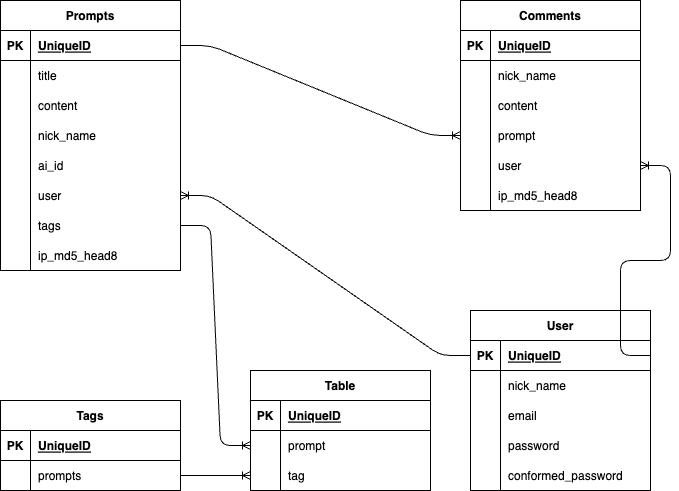
Above: data_base_setting.drawio.png in Takenoko463/prompter (draw.io), before the change. Source tidied: cells renumbered, new cells last; positions are measured from the earlier drawing's top-left corner, leaving out a move shared by most shapes.
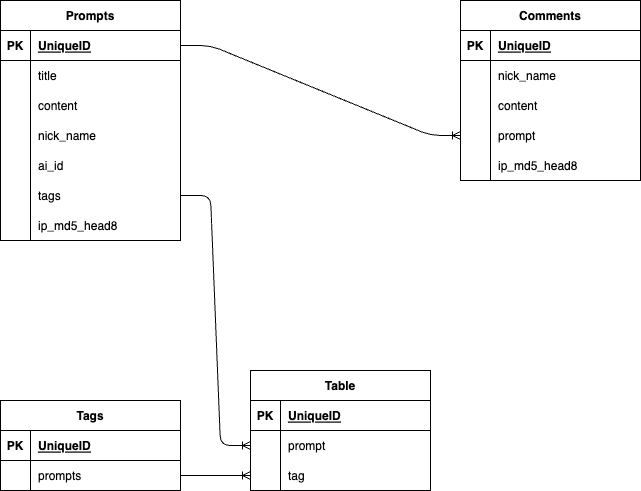
The same file after the commit.

Commit message:
データ設計をuser管理がない状態に修正

Diff of the diagram source:
```diff
@@ -3,7 +3,7 @@
     <mxCell id="0" />
     <mxCell id="1" parent="0" />
     <mxCell id="2" value="Prompts" style="shape=table;startSize=30;rowLines=0;fontStyle=1;align=center;" parent="1" vertex="1">
-      <mxGeometry width="180" height="270" as="geometry" />
+      <mxGeometry width="180" height="240" as="geometry" />
     </mxCell>
     <mxCell id="3" style="shape=tableRow;horizontal=0;startSize=0;swimlaneHead=0;swimlaneBody=0;fillColor=none;points=[[0,0.5],[1,0.5]];portConstraint=eastwest;top=0;left=0;right=0;bottom=1;" parent="2" vertex="1">
       <mxGeometry y="30" width="180" height="30" as="geometry" />
@@ -50,17 +50,8 @@
     <mxCell id="17" value="ai_id" style="shape=partialRectangle;fillColor=none;top=0;left=0;bottom=0;right=0;align=left;spacingLeft=6;overflow=hidden;" parent="15" vertex="1">
       <mxGeometry x="30" width="150" height="30" as="geometry" />
     </mxCell>
-    <mxCell id="18" style="shape=tableRow;horizontal=0;startSize=0;swimlaneHead=0;swimlaneBody=0;fillColor=none;points=[[0,0.5],[1,0.5]];portConstraint=eastwest;top=0;left=0;right=0;bottom=0;" parent="2" vertex="1">
-      <mxGeometry y="180" width="180" height="30" as="geometry" />
-    </mxCell>
-    <mxCell id="19" style="shape=partialRectangle;fillColor=none;top=0;left=0;bottom=0;right=0;overflow=hidden;" parent="18" vertex="1">
-      <mxGeometry width="30" height="30" as="geometry" />
-    </mxCell>
-    <mxCell id="20" value="user" style="shape=partialRectangle;fillColor=none;top=0;left=0;bottom=0;right=0;align=left;spacingLeft=6;overflow=hidden;" parent="18" vertex="1">
-      <mxGeometry x="30" width="150" height="30" as="geometry" />
-    </mxCell>
     <mxCell id="21" style="shape=tableRow;horizontal=0;startSize=0;swimlaneHead=0;swimlaneBody=0;fillColor=none;points=[[0,0.5],[1,0.5]];portConstraint=eastwest;top=0;left=0;right=0;bottom=0;" parent="2" vertex="1">
-      <mxGeometry y="210" width="180" height="30" as="geometry" />
+      <mxGeometry y="180" width="180" height="30" as="geometry" />
     </mxCell>
     <mxCell id="22" style="shape=partialRectangle;fillColor=none;top=0;left=0;bottom=0;right=0;overflow=hidden;" parent="21" vertex="1">
       <mxGeometry width="30" height="30" as="geometry" />
@@ -69,7 +60,7 @@
       <mxGeometry x="30" width="150" height="30" as="geometry" />
     </mxCell>
     <mxCell id="24" style="shape=tableRow;horizontal=0;startSize=0;swimlaneHead=0;swimlaneBody=0;fillColor=none;top=0;left=0;right=0;bottom=0;" parent="2" vertex="1">
-      <mxGeometry y="240" width="180" height="30" as="geometry" />
+      <mxGeometry y="210" width="180" height="30" as="geometry" />
     </mxCell>
     <mxCell id="25" style="shape=partialRectangle;fillColor=none;top=0;left=0;bottom=0;right=0;overflow=hidden;" parent="24" vertex="1">
       <mxGeometry width="30" height="30" as="geometry" />
@@ -78,7 +69,7 @@
       <mxGeometry x="30" width="150" height="30" as="geometry" />
     </mxCell>
     <mxCell id="27" value="Comments" style="shape=table;startSize=30;rowLines=0;fontStyle=1;align=center;" parent="1" vertex="1">
-      <mxGeometry x="460" width="180" height="210" as="geometry" />
+      <mxGeometry x="460" width="180" height="180" as="geometry" />
     </mxCell>
     <mxCell id="28" style="shape=tableRow;horizontal=0;startSize=0;swimlaneHead=0;swimlaneBody=0;fillColor=none;top=0;left=0;right=0;bottom=1;" parent="27" vertex="1">
       <mxGeometry y="30" width="180" height="30" as="geometry" />
@@ -116,17 +107,8 @@
     <mxCell id="39" value="prompt" style="shape=partialRectangle;fillColor=none;top=0;left=0;bottom=0;right=0;align=left;spacingLeft=6;overflow=hidden;" parent="37" vertex="1">
       <mxGeometry x="30" width="150" height="30" as="geometry" />
     </mxCell>
-    <mxCell id="40" style="shape=tableRow;horizontal=0;startSize=0;swimlaneHead=0;swimlaneBody=0;fillColor=none;points=[[0,0.5],[1,0.5]];portConstraint=eastwest;top=0;left=0;right=0;bottom=0;" parent="27" vertex="1">
-      <mxGeometry y="150" width="180" height="30" as="geometry" />
-    </mxCell>
-    <mxCell id="41" style="shape=partialRectangle;fillColor=none;top=0;left=0;bottom=0;right=0;overflow=hidden;" parent="40" vertex="1">
-      <mxGeometry width="30" height="30" as="geometry" />
-    </mxCell>
-    <mxCell id="42" value="user" style="shape=partialRectangle;fillColor=none;top=0;left=0;bottom=0;right=0;align=left;spacingLeft=6;overflow=hidden;" parent="40" vertex="1">
-      <mxGeometry x="30" width="150" height="30" as="geometry" />
-    </mxCell>
     <mxCell id="43" style="shape=tableRow;horizontal=0;startSize=0;swimlaneHead=0;swimlaneBody=0;fillColor=none;top=0;left=0;right=0;bottom=0;" parent="27" vertex="1">
-      <mxGeometry y="180" width="180" height="30" as="geometry" />
+      <mxGeometry y="150" width="180" height="30" as="geometry" />
     </mxCell>
     <mxCell id="44" style="shape=partialRectangle;fillColor=none;top=0;left=0;bottom=0;right=0;overflow=hidden;" parent="43" vertex="1">
       <mxGeometry width="30" height="30" as="geometry" />
@@ -194,59 +176,5 @@
     <mxCell id="65" style="edgeStyle=entityRelationEdgeStyle;fontSize=12;html=1;endArrow=ERoneToMany;entryX=0;entryY=0.5;entryDx=0;entryDy=0;" parent="1" edge="1" source="3" target="37">
       <mxGeometry relative="1" as="geometry" />
     </mxCell>
-    <mxCell id="66" value="User" style="shape=table;startSize=30;rowLines=0;fontStyle=1;align=center;" parent="1" vertex="1">
-      <mxGeometry x="470" y="310" width="180" height="180" as="geometry" />
-    </mxCell>
-    <mxCell id="67" style="shape=tableRow;horizontal=0;startSize=0;swimlaneHead=0;swimlaneBody=0;fillColor=none;points=[[0,0.5],[1,0.5]];portConstraint=eastwest;top=0;left=0;right=0;bottom=1;" parent="66" vertex="1">
-      <mxGeometry y="30" width="180" height="30" as="geometry" />
-    </mxCell>
-    <mxCell id="68" value="PK" style="shape=partialRectangle;fillColor=none;top=0;left=0;bottom=0;right=0;fontStyle=1;overflow=hidden;" parent="67" vertex="1">
-      <mxGeometry width="30" height="30" as="geometry" />
-    </mxCell>
-    <mxCell id="69" value="UniqueID" style="shape=partialRectangle;fillColor=none;top=0;left=0;bottom=0;right=0;align=left;spacingLeft=6;fontStyle=5;overflow=hidden;" parent="67" vertex="1">
-      <mxGeometry x="30" width="150" height="30" as="geometry" />
-    </mxCell>
-    <mxCell id="70" style="shape=tableRow;horizontal=0;startSize=0;swimlaneHead=0;swimlaneBody=0;fillColor=none;top=0;left=0;right=0;bottom=0;" parent="66" vertex="1">
-      <mxGeometry y="60" width="180" height="30" as="geometry" />
-    </mxCell>
-    <mxCell id="71" style="shape=partialRectangle;fillColor=none;top=0;left=0;bottom=0;right=0;overflow=hidden;" parent="70" vertex="1">
-      <mxGeometry width="30" height="30" as="geometry" />
-    </mxCell>
-    <mxCell id="72" value="nick_name" style="shape=partialRectangle;fillColor=none;top=0;left=0;bottom=0;right=0;align=left;spacingLeft=6;overflow=hidden;" parent="70" vertex="1">
-      <mxGeometry x="30" width="150" height="30" as="geometry" />
-    </mxCell>
-    <mxCell id="73" style="shape=tableRow;horizontal=0;startSize=0;swimlaneHead=0;swimlaneBody=0;fillColor=none;top=0;left=0;right=0;bottom=0;" parent="66" vertex="1">
-      <mxGeometry y="90" width="180" height="30" as="geometry" />
-    </mxCell>
-    <mxCell id="74" style="shape=partialRectangle;fillColor=none;top=0;left=0;bottom=0;right=0;overflow=hidden;" parent="73" vertex="1">
-      <mxGeometry width="30" height="30" as="geometry" />
-    </mxCell>
-    <mxCell id="75" value="email" style="shape=partialRectangle;fillColor=none;top=0;left=0;bottom=0;right=0;align=left;spacingLeft=6;overflow=hidden;" parent="73" vertex="1">
-      <mxGeometry x="30" width="150" height="30" as="geometry" />
-    </mxCell>
-    <mxCell id="76" style="shape=tableRow;horizontal=0;startSize=0;swimlaneHead=0;swimlaneBody=0;fillColor=none;top=0;left=0;right=0;bottom=0;" parent="66" vertex="1">
-      <mxGeometry y="120" width="180" height="30" as="geometry" />
-    </mxCell>
-    <mxCell id="77" style="shape=partialRectangle;fillColor=none;top=0;left=0;bottom=0;right=0;overflow=hidden;" parent="76" vertex="1">
-      <mxGeometry width="30" height="30" as="geometry" />
-    </mxCell>
-    <mxCell id="78" value="password" style="shape=partialRectangle;fillColor=none;top=0;left=0;bottom=0;right=0;align=left;spacingLeft=6;overflow=hidden;" parent="76" vertex="1">
-      <mxGeometry x="30" width="150" height="30" as="geometry" />
-    </mxCell>
-    <mxCell id="79" style="shape=tableRow;horizontal=0;startSize=0;swimlaneHead=0;swimlaneBody=0;fillColor=none;top=0;left=0;right=0;bottom=0;" parent="66" vertex="1">
-      <mxGeometry y="150" width="180" height="30" as="geometry" />
-    </mxCell>
-    <mxCell id="80" style="shape=partialRectangle;fillColor=none;top=0;left=0;bottom=0;right=0;overflow=hidden;" parent="79" vertex="1">
-      <mxGeometry width="30" height="30" as="geometry" />
-    </mxCell>
-    <mxCell id="81" value="conformed_password" style="shape=partialRectangle;fillColor=none;top=0;left=0;bottom=0;right=0;align=left;spacingLeft=6;overflow=hidden;" parent="79" vertex="1">
-      <mxGeometry x="30" width="150" height="30" as="geometry" />
-    </mxCell>
-    <mxCell id="82" style="edgeStyle=entityRelationEdgeStyle;fontSize=12;html=1;endArrow=ERoneToMany;" parent="1" edge="1" source="67" target="18">
-      <mxGeometry relative="1" as="geometry" />
-    </mxCell>
-    <mxCell id="83" style="edgeStyle=entityRelationEdgeStyle;fontSize=12;html=1;endArrow=ERoneToMany;exitX=1;exitY=0.5;exitDx=0;exitDy=0;" parent="1" edge="1" source="67" target="40">
-      <mxGeometry relative="1" as="geometry" />
-    </mxCell>
   </root>
 </mxGraphModel>
```
